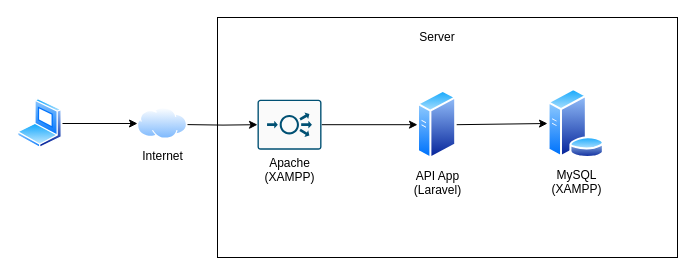
Above: docs/architecture.drawio in rizkyjayusman/spk-ahp (draw.io), before the change. Source tidied: cells renumbered, new cells numbered last; positions are measured from the earlier drawing's top-left corner, leaving out a move shared by most shapes. Both pictures are drawn from the tidied source at 100%, with x=0, y=0 at pixel (17, 17).
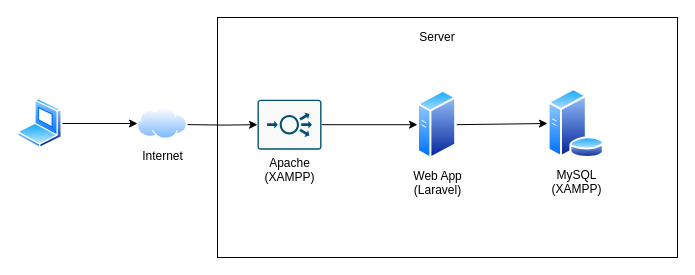
Above is the later version.

Diff of the diagram source:
```diff
@@
 <mxGraphModel>
   <root>
     <mxCell id="0" />
     <mxCell id="1" parent="0" />
     <mxCell id="2" style="rounded=0;whiteSpace=wrap;html=1;" parent="1" vertex="1">
       <mxGeometry x="200" width="460" height="240" as="geometry" />
     </mxCell>
     <mxCell id="3" style="edgeStyle=orthogonalEdgeStyle;rounded=0;jettySize=auto;html=1;" parent="1" edge="1" target="5">
       <mxGeometry relative="1" as="geometry">
         <mxPoint x="170" y="107.1" as="sourcePoint" />
       </mxGeometry>
     </mxCell>
     <mxCell id="4" style="edgeStyle=orthogonalEdgeStyle;rounded=0;jettySize=auto;html=1;" parent="1" edge="1" source="5" target="9">
       <mxGeometry relative="1" as="geometry" />
     </mxCell>
     <mxCell id="5" value="Apache&lt;br&gt;(XAMPP)" style="sketch=0;points=[[0.015,0.015,0],[0.985,0.015,0],[0.985,0.985,0],[0.015,0.985,0],[0.25,0,0],[0.5,0,0],[0.75,0,0],[1,0.25,0],[1,0.5,0],[1,0.75,0],[0.75,1,0],[0.5,1,0],[0.25,1,0],[0,0.75,0],[0,0.5,0],[0,0.25,0]];verticalLabelPosition=bottom;html=1;verticalAlign=top;align=center;shape=mxgraph.cisco19.rect;prIcon=load_balancer;fillColor=#FAFAFA;strokeColor=#005073;" parent="1" vertex="1">
       <mxGeometry x="240" y="82.2" width="64" height="50" as="geometry" />
     </mxCell>
     <mxCell id="6" value="Internet" style="perimeter=ellipsePerimeter;html=1;align=center;shadow=0;dashed=0;spacingTop=3;image;image=img/lib/active_directory/internet_cloud.svg;" parent="1" vertex="1">
       <mxGeometry x="120" y="90.2" width="50" height="31.5" as="geometry" />
     </mxCell>
     <mxCell id="7" style="edgeStyle=orthogonalEdgeStyle;rounded=0;jettySize=auto;html=1;" parent="1" edge="1" source="8" target="6">
       <mxGeometry relative="1" as="geometry" />
     </mxCell>
     <mxCell id="8" style="perimeter=ellipsePerimeter;html=1;align=center;shadow=0;dashed=0;spacingTop=3;image;image=img/lib/active_directory/laptop_client.svg;" parent="1" vertex="1">
       <mxGeometry y="81" width="45" height="50" as="geometry" />
     </mxCell>
-    <mxCell id="9" value="API App&lt;br&gt;(Laravel)" style="perimeter=ellipsePerimeter;html=1;align=center;shadow=0;dashed=0;spacingTop=3;image;image=img/lib/active_directory/generic_server.svg;" parent="1" vertex="1">
+    <mxCell id="9" value="Web App&lt;br&gt;(Laravel)" style="perimeter=ellipsePerimeter;html=1;align=center;shadow=0;dashed=0;spacingTop=3;image;image=img/lib/active_directory/generic_server.svg;" parent="1" vertex="1">
       <mxGeometry x="400" y="72.2" width="39.2" height="70" as="geometry" />
     </mxCell>
     <mxCell id="10" value="MySQL&lt;br&gt;(XAMPP)" style="perimeter=ellipsePerimeter;html=1;align=center;shadow=0;dashed=0;spacingTop=3;image;image=img/lib/active_directory/database_server.svg;" parent="1" vertex="1">
       <mxGeometry x="530" y="71" width="57.4" height="70" as="geometry" />
     </mxCell>
     <mxCell id="11" value="Server" style="text;html=1;strokeColor=none;fillColor=none;align=center;verticalAlign=middle;whiteSpace=wrap;rounded=0;" parent="1" vertex="1">
       <mxGeometry x="374.6" y="10" width="90" height="20" as="geometry" />
     </mxCell>
     <mxCell id="12" style="endArrow=classic;html=1;fontSize=18;exitX=1;exitY=0.5;exitDx=0;exitDy=0;entryX=0;entryY=0.5;entryDx=0;entryDy=0;" parent="1" edge="1" source="9" target="10">
       <mxGeometry relative="1" as="geometry" />
     </mxCell>
   </root>
 </mxGraphModel>
```
